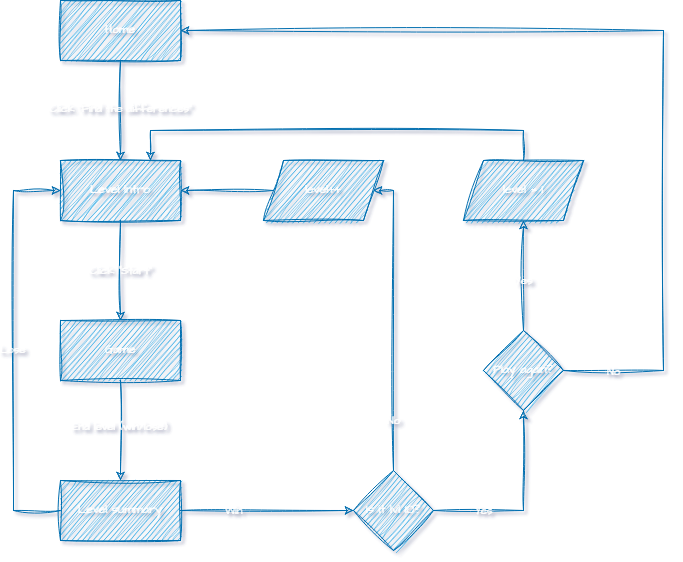
This is flowchart.png from vasilyoshev/ai-assistant, a draw.io export, as it was before one commit. Source tidied: cells renumbered, new cells last; positions are measured from the earlier drawing's top-left corner, leaving out a move shared by most shapes.
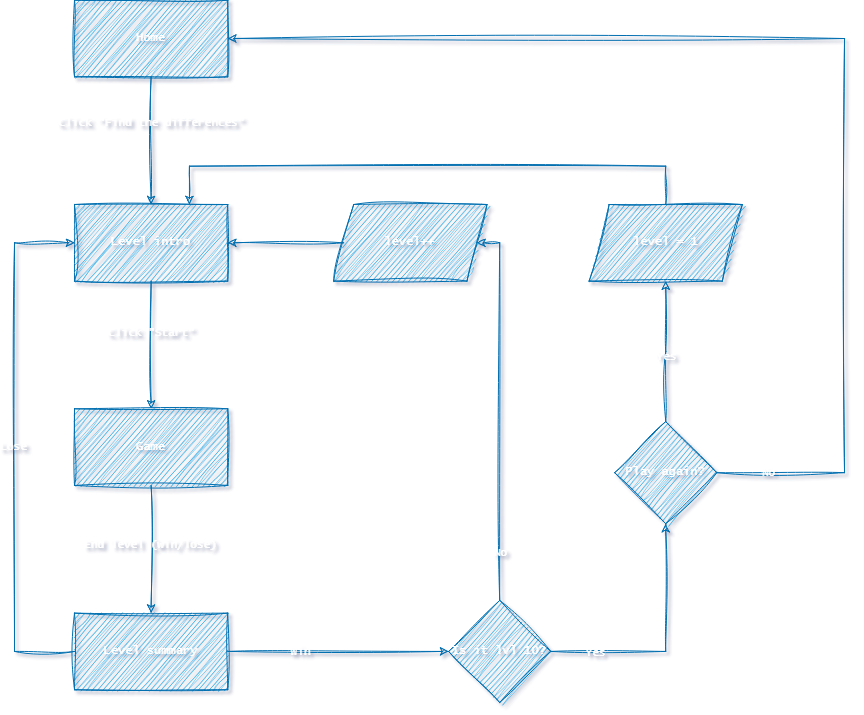
Above is the later version.

The edit, as a diff of the source:
```diff
@@ -5,85 +5,89 @@
     <mxCell id="2" style="edgeStyle=orthogonalEdgeStyle;rounded=0;jettySize=auto;html=1;labelBackgroundColor=none;fontColor=default;strokeColor=#006EAF;sketch=1;curveFitting=1;jiggle=2;strokeWidth=1;fillColor=#1ba1e2;fontFamily=Architects Daughter;" parent="1" edge="1" source="4" target="7">
       <mxGeometry relative="1" as="geometry" />
     </mxCell>
-    <mxCell id="3" value="Click &quot;Find the differences&quot;" style="edgeLabel;html=1;align=center;verticalAlign=middle;labelBackgroundColor=none;rounded=0;fontColor=#FFFFFF;sketch=1;curveFitting=1;jiggle=2;fontFamily=Architects Daughter;textShadow=0;" parent="2" vertex="1">
-      <mxGeometry x="-0.04" relative="1" as="geometry" />
+    <mxCell id="3" value="Click &quot;Find the differences&quot;" style="edgeLabel;html=1;align=center;verticalAlign=middle;labelBackgroundColor=none;rounded=0;fontColor=#FFFFFF;sketch=1;curveFitting=1;jiggle=2;fontFamily=Lucida Console;textShadow=0;" parent="2" vertex="1">
+      <mxGeometry x="-0.04" relative="1" as="geometry">
+        <mxPoint y="-16" as="offset" />
+      </mxGeometry>
     </mxCell>
-    <mxCell id="4" value="Home" style="rounded=0;whiteSpace=wrap;html=1;labelBackgroundColor=none;strokeWidth=1;perimeterSpacing=0;sketch=1;curveFitting=1;jiggle=2;fillColor=#1ba1e2;fontColor=#ffffff;strokeColor=#006EAF;fontFamily=Architects Daughter;textShadow=0;" parent="1" vertex="1">
-      <mxGeometry x="47" width="120" height="60" as="geometry" />
+    <mxCell id="4" value="Home" style="rounded=0;labelBackgroundColor=none;strokeWidth=1;perimeterSpacing=0;sketch=1;curveFitting=1;jiggle=2;fillColor=#1ba1e2;fontColor=#ffffff;strokeColor=#006EAF;fontFamily=Lucida Console;textShadow=0;html=1;whiteSpace=wrap;" parent="1" vertex="1">
+      <mxGeometry x="-120" y="-152.3" width="153.2" height="76.6" as="geometry" />
     </mxCell>
     <mxCell id="5" style="edgeStyle=orthogonalEdgeStyle;rounded=0;jettySize=auto;html=1;exitX=0.5;exitY=1;exitDx=0;exitDy=0;entryX=0.5;entryY=0;entryDx=0;entryDy=0;labelBackgroundColor=none;fontColor=default;strokeColor=#006EAF;sketch=1;curveFitting=1;jiggle=2;strokeWidth=1;fillColor=#1ba1e2;fontFamily=Architects Daughter;" parent="1" edge="1" source="7" target="10">
       <mxGeometry relative="1" as="geometry" />
     </mxCell>
-    <mxCell id="6" value="Click &quot;Start&quot;" style="edgeLabel;html=1;align=center;verticalAlign=middle;labelBackgroundColor=none;rounded=0;fontColor=#FFFFFF;sketch=1;curveFitting=1;jiggle=2;fontFamily=Architects Daughter;" parent="5" vertex="1">
-      <mxGeometry relative="1" as="geometry" />
+    <mxCell id="6" value="Click &quot;Start&quot;" style="edgeLabel;html=1;align=center;verticalAlign=middle;labelBackgroundColor=none;rounded=0;fontColor=#FFFFFF;sketch=1;curveFitting=1;jiggle=2;fontFamily=Lucida Console;" parent="5" vertex="1">
+      <mxGeometry relative="1" as="geometry">
+        <mxPoint y="-13" as="offset" />
+      </mxGeometry>
     </mxCell>
-    <mxCell id="7" value="Level intro" style="rounded=0;whiteSpace=wrap;html=1;labelBackgroundColor=none;strokeWidth=1;sketch=1;curveFitting=1;jiggle=2;fillColor=#1ba1e2;fontColor=#ffffff;strokeColor=#006EAF;fontFamily=Architects Daughter;" parent="1" vertex="1">
-      <mxGeometry x="47" y="160" width="120" height="60" as="geometry" />
+    <mxCell id="7" value="Level intro" style="rounded=0;whiteSpace=wrap;html=1;labelBackgroundColor=none;strokeWidth=1;sketch=1;curveFitting=1;jiggle=2;fillColor=#1ba1e2;fontColor=#ffffff;strokeColor=#006EAF;fontFamily=Lucida Console;" parent="1" vertex="1">
+      <mxGeometry x="-120" y="52" width="153.2" height="76.6" as="geometry" />
     </mxCell>
     <mxCell id="8" style="edgeStyle=orthogonalEdgeStyle;rounded=0;jettySize=auto;html=1;entryX=0.5;entryY=0;entryDx=0;entryDy=0;labelBackgroundColor=none;fontColor=default;strokeColor=#006EAF;sketch=1;curveFitting=1;jiggle=2;strokeWidth=1;fillColor=#1ba1e2;fontFamily=Architects Daughter;" parent="1" edge="1" source="10" target="15">
       <mxGeometry relative="1" as="geometry" />
     </mxCell>
-    <mxCell id="9" value="End level (win/lose)" style="edgeLabel;html=1;align=center;verticalAlign=middle;labelBackgroundColor=none;rounded=0;fontColor=#FFFFFF;sketch=1;curveFitting=1;jiggle=2;fontFamily=Architects Daughter;" parent="8" vertex="1">
+    <mxCell id="9" value="End level (win/lose)" style="edgeLabel;html=1;align=center;verticalAlign=middle;labelBackgroundColor=none;rounded=0;fontColor=#FFFFFF;sketch=1;curveFitting=1;jiggle=2;fontFamily=Lucida Console;" parent="8" vertex="1">
       <mxGeometry x="-0.08" y="-1" relative="1" as="geometry" />
     </mxCell>
-    <mxCell id="10" value="Game" style="rounded=0;whiteSpace=wrap;html=1;labelBackgroundColor=none;strokeWidth=1;sketch=1;curveFitting=1;jiggle=2;fillColor=#1ba1e2;fontColor=#ffffff;strokeColor=#006EAF;fontFamily=Architects Daughter;" parent="1" vertex="1">
-      <mxGeometry x="47" y="320" width="120" height="60" as="geometry" />
+    <mxCell id="10" value="Game" style="rounded=0;whiteSpace=wrap;html=1;labelBackgroundColor=none;strokeWidth=1;sketch=1;curveFitting=1;jiggle=2;fillColor=#1ba1e2;fontColor=#ffffff;strokeColor=#006EAF;fontFamily=Lucida Console;" parent="1" vertex="1">
+      <mxGeometry x="-120" y="256.3" width="153.2" height="76.6" as="geometry" />
     </mxCell>
     <mxCell id="11" style="edgeStyle=orthogonalEdgeStyle;rounded=0;jettySize=auto;html=1;entryX=0;entryY=0.5;entryDx=0;entryDy=0;labelBackgroundColor=none;fontColor=default;strokeColor=#006EAF;sketch=1;curveFitting=1;jiggle=2;strokeWidth=1;fillColor=#1ba1e2;fontFamily=Architects Daughter;" parent="1" edge="1" source="15" target="7">
       <mxGeometry relative="1" as="geometry">
         <Array as="points">
-          <mxPoint y="510" />
-          <mxPoint y="190" />
+          <mxPoint x="-180" y="498.9" />
+          <mxPoint x="-180" y="90.3" />
         </Array>
       </mxGeometry>
     </mxCell>
-    <mxCell id="12" value="Lose" style="edgeLabel;html=1;align=center;verticalAlign=middle;labelBackgroundColor=none;rounded=0;fontColor=#FFFFFF;sketch=1;curveFitting=1;jiggle=2;fontFamily=Architects Daughter;" parent="11" vertex="1">
+    <mxCell id="12" value="Lose" style="edgeLabel;html=1;align=center;verticalAlign=middle;labelBackgroundColor=none;rounded=0;fontColor=#FFFFFF;sketch=1;curveFitting=1;jiggle=2;fontFamily=Lucida Console;" parent="11" vertex="1">
       <mxGeometry x="0.01" y="1" relative="1" as="geometry" />
     </mxCell>
     <mxCell id="13" style="edgeStyle=orthogonalEdgeStyle;rounded=0;jettySize=auto;html=1;exitX=1;exitY=0.5;exitDx=0;exitDy=0;labelBackgroundColor=none;fontColor=default;strokeColor=#006EAF;sketch=1;curveFitting=1;jiggle=2;strokeWidth=1;fillColor=#1ba1e2;fontFamily=Architects Daughter;" parent="1" edge="1" source="15" target="20">
       <mxGeometry relative="1" as="geometry" />
     </mxCell>
-    <mxCell id="14" value="Win" style="edgeLabel;html=1;align=center;verticalAlign=middle;labelBackgroundColor=none;rounded=0;fontColor=#FFFFFF;sketch=1;curveFitting=1;jiggle=2;fontFamily=Architects Daughter;" parent="13" vertex="1">
+    <mxCell id="14" value="Win" style="edgeLabel;html=1;align=center;verticalAlign=middle;labelBackgroundColor=none;rounded=0;fontColor=#FFFFFF;sketch=1;curveFitting=1;jiggle=2;fontFamily=Lucida Console;" parent="13" vertex="1">
       <mxGeometry x="-0.2" y="-1" relative="1" as="geometry">
         <mxPoint x="-16" y="-1" as="offset" />
       </mxGeometry>
     </mxCell>
-    <mxCell id="15" value="Level summary" style="rounded=0;whiteSpace=wrap;html=1;labelBackgroundColor=none;strokeWidth=1;sketch=1;curveFitting=1;jiggle=2;fillColor=#1ba1e2;fontColor=#ffffff;strokeColor=#006EAF;fontFamily=Architects Daughter;" parent="1" vertex="1">
-      <mxGeometry x="47" y="480" width="120" height="60" as="geometry" />
+    <mxCell id="15" value="Level summary" style="rounded=0;whiteSpace=wrap;html=1;labelBackgroundColor=none;strokeWidth=1;sketch=1;curveFitting=1;jiggle=2;fillColor=#1ba1e2;fontColor=#ffffff;strokeColor=#006EAF;fontFamily=Lucida Console;" parent="1" vertex="1">
+      <mxGeometry x="-120" y="460.6" width="153.2" height="76.6" as="geometry" />
     </mxCell>
     <mxCell id="16" style="edgeStyle=orthogonalEdgeStyle;rounded=0;jettySize=auto;html=1;exitX=0.5;exitY=0;exitDx=0;exitDy=0;entryX=1;entryY=0.5;entryDx=0;entryDy=0;labelBackgroundColor=none;fontColor=default;strokeColor=#006EAF;sketch=1;curveFitting=1;jiggle=2;strokeWidth=1;fillColor=#1ba1e2;fontFamily=Architects Daughter;" parent="1" edge="1" source="20" target="22">
       <mxGeometry relative="1" as="geometry">
         <Array as="points">
-          <mxPoint x="380" y="190" />
+          <mxPoint x="305.2" y="90.3" />
         </Array>
       </mxGeometry>
     </mxCell>
-    <mxCell id="17" value="No" style="edgeLabel;html=1;align=center;verticalAlign=middle;labelBackgroundColor=none;rounded=0;fontColor=#FFFFFF;sketch=1;curveFitting=1;jiggle=2;fontFamily=Architects Daughter;" parent="16" vertex="1">
+    <mxCell id="17" value="No" style="edgeLabel;html=1;align=center;verticalAlign=middle;labelBackgroundColor=none;rounded=0;fontColor=#FFFFFF;sketch=1;curveFitting=1;jiggle=2;fontFamily=Lucida Console;" parent="16" vertex="1">
       <mxGeometry x="0.29" y="2" relative="1" as="geometry">
-        <mxPoint x="2" y="143" as="offset" />
+        <mxPoint x="2" y="197" as="offset" />
       </mxGeometry>
     </mxCell>
     <mxCell id="18" style="edgeStyle=orthogonalEdgeStyle;rounded=0;jettySize=auto;html=1;entryX=0.5;entryY=1;entryDx=0;entryDy=0;labelBackgroundColor=none;fontColor=default;strokeColor=#006EAF;sketch=1;curveFitting=1;jiggle=2;strokeWidth=1;fillColor=#1ba1e2;fontFamily=Architects Daughter;" parent="1" edge="1" source="20" target="27">
       <mxGeometry relative="1" as="geometry" />
     </mxCell>
-    <mxCell id="19" value="Yes" style="edgeLabel;html=1;align=center;verticalAlign=middle;labelBackgroundColor=none;rounded=0;fontColor=#FFFFFF;sketch=1;curveFitting=1;jiggle=2;fontFamily=Architects Daughter;" parent="18" vertex="1">
+    <mxCell id="19" value="Yes" style="edgeLabel;html=1;align=center;verticalAlign=middle;labelBackgroundColor=none;rounded=0;fontColor=#FFFFFF;sketch=1;curveFitting=1;jiggle=2;fontFamily=Lucida Console;" parent="18" vertex="1">
       <mxGeometry x="-0.02" relative="1" as="geometry">
-        <mxPoint x="-40" y="3" as="offset" />
+        <mxPoint x="-71" y="4" as="offset" />
       </mxGeometry>
     </mxCell>
-    <mxCell id="20" value="Is it lvl 10?" style="rhombus;whiteSpace=wrap;html=1;labelBackgroundColor=none;rounded=0;strokeWidth=1;sketch=1;curveFitting=1;jiggle=2;fillColor=#1ba1e2;fontColor=#ffffff;strokeColor=#006EAF;fontFamily=Architects Daughter;" parent="1" vertex="1">
-      <mxGeometry x="340" y="470" width="80" height="80" as="geometry" />
+    <mxCell id="20" value="Is it lvl 10?" style="rhombus;whiteSpace=wrap;html=1;labelBackgroundColor=none;rounded=0;strokeWidth=1;sketch=1;curveFitting=1;jiggle=2;fillColor=#1ba1e2;fontColor=#ffffff;strokeColor=#006EAF;fontFamily=Lucida Console;" parent="1" vertex="1">
+      <mxGeometry x="254.2" y="447.8" width="102.2" height="102.2" as="geometry" />
     </mxCell>
     <mxCell id="21" style="edgeStyle=orthogonalEdgeStyle;rounded=0;jettySize=auto;html=1;labelBackgroundColor=none;fontColor=default;strokeColor=#006EAF;sketch=1;curveFitting=1;jiggle=2;strokeWidth=1;fillColor=#1ba1e2;fontFamily=Architects Daughter;" parent="1" edge="1" source="22" target="7">
       <mxGeometry relative="1" as="geometry" />
     </mxCell>
-    <mxCell id="22" value="level++" style="shape=parallelogram;perimeter=parallelogramPerimeter;whiteSpace=wrap;html=1;fixedSize=1;labelBackgroundColor=none;rounded=0;strokeWidth=1;sketch=1;curveFitting=1;jiggle=2;fillColor=#1ba1e2;fontColor=#ffffff;strokeColor=#006EAF;fontFamily=Architects Daughter;" parent="1" vertex="1">
-      <mxGeometry x="250" y="160" width="120" height="60" as="geometry" />
+    <mxCell id="22" value="level++" style="shape=parallelogram;perimeter=parallelogramPerimeter;whiteSpace=wrap;html=1;fixedSize=1;labelBackgroundColor=none;rounded=0;strokeWidth=1;sketch=1;curveFitting=1;jiggle=2;fillColor=#1ba1e2;fontColor=#ffffff;strokeColor=#006EAF;fontFamily=Lucida Console;" parent="1" vertex="1">
+      <mxGeometry x="139.2" y="52" width="153.2" height="76.6" as="geometry" />
     </mxCell>
     <mxCell id="23" style="edgeStyle=orthogonalEdgeStyle;rounded=0;jettySize=auto;html=1;entryX=0.5;entryY=1;entryDx=0;entryDy=0;labelBackgroundColor=none;fontColor=default;strokeColor=#006EAF;sketch=1;curveFitting=1;jiggle=2;strokeWidth=1;fillColor=#1ba1e2;fontFamily=Architects Daughter;" parent="1" edge="1" source="27" target="29">
       <mxGeometry relative="1" as="geometry" />
     </mxCell>
-    <mxCell id="24" value="Yes" style="edgeLabel;html=1;align=center;verticalAlign=middle;labelBackgroundColor=none;rounded=0;fontColor=#FFFFFF;sketch=1;curveFitting=1;jiggle=2;fontFamily=Architects Daughter;" parent="23" vertex="1">
+    <mxCell id="24" value="Yes" style="edgeLabel;html=1;align=center;verticalAlign=middle;labelBackgroundColor=none;rounded=0;fontColor=#FFFFFF;sketch=1;curveFitting=1;jiggle=2;fontFamily=Lucida Console;" parent="23" vertex="1">
       <mxGeometry x="-0.01" relative="1" as="geometry">
         <mxPoint y="4" as="offset" />
       </mxGeometry>
@@ -91,29 +95,29 @@
     <mxCell id="25" style="edgeStyle=orthogonalEdgeStyle;rounded=0;jettySize=auto;html=1;entryX=1;entryY=0.5;entryDx=0;entryDy=0;labelBackgroundColor=none;fontColor=default;strokeColor=#006EAF;sketch=1;curveFitting=1;jiggle=2;strokeWidth=1;fillColor=#1ba1e2;fontFamily=Architects Daughter;" parent="1" edge="1" source="27" target="4">
       <mxGeometry relative="1" as="geometry">
         <Array as="points">
-          <mxPoint x="650" y="370" />
-          <mxPoint x="650" y="30" />
+          <mxPoint x="650" y="320.2" />
+          <mxPoint x="650" y="-114" />
         </Array>
       </mxGeometry>
     </mxCell>
-    <mxCell id="26" value="No" style="edgeLabel;html=1;align=center;verticalAlign=middle;labelBackgroundColor=none;rounded=0;fontColor=#FFFFFF;sketch=1;curveFitting=1;jiggle=2;fontFamily=Architects Daughter;" parent="25" vertex="1">
+    <mxCell id="26" value="No" style="edgeLabel;html=1;align=center;verticalAlign=middle;labelBackgroundColor=none;rounded=0;fontColor=#FFFFFF;sketch=1;curveFitting=1;jiggle=2;fontFamily=Lucida Console;" parent="25" vertex="1">
       <mxGeometry x="-0.44" y="-1" relative="1" as="geometry">
-        <mxPoint x="-51" y="158" as="offset" />
+        <mxPoint x="-77" y="201" as="offset" />
       </mxGeometry>
     </mxCell>
-    <mxCell id="27" value="Play again?" style="rhombus;whiteSpace=wrap;html=1;labelBackgroundColor=none;rounded=0;strokeWidth=1;sketch=1;curveFitting=1;jiggle=2;fillColor=#1ba1e2;fontColor=#ffffff;strokeColor=#006EAF;fontFamily=Architects Daughter;" parent="1" vertex="1">
-      <mxGeometry x="470" y="330" width="80" height="80" as="geometry" />
+    <mxCell id="27" value="Play again?" style="rhombus;whiteSpace=wrap;html=1;labelBackgroundColor=none;rounded=0;strokeWidth=1;sketch=1;curveFitting=1;jiggle=2;fillColor=#1ba1e2;fontColor=#ffffff;strokeColor=#006EAF;fontFamily=Lucida Console;" parent="1" vertex="1">
+      <mxGeometry x="420.2" y="269.1" width="102.2" height="102.2" as="geometry" />
     </mxCell>
     <mxCell id="28" style="edgeStyle=orthogonalEdgeStyle;rounded=0;jettySize=auto;html=1;entryX=0.75;entryY=0;entryDx=0;entryDy=0;labelBackgroundColor=none;fontColor=default;strokeColor=#006EAF;sketch=1;curveFitting=1;jiggle=2;strokeWidth=1;fillColor=#1ba1e2;fontFamily=Architects Daughter;" parent="1" edge="1" source="29" target="7">
       <mxGeometry relative="1" as="geometry">
         <Array as="points">
-          <mxPoint x="510" y="130" />
-          <mxPoint x="137" y="130" />
+          <mxPoint x="471.2" y="13.7" />
+          <mxPoint x="-5.1" y="13.7" />
         </Array>
       </mxGeometry>
     </mxCell>
-    <mxCell id="29" value="level = 1" style="shape=parallelogram;perimeter=parallelogramPerimeter;whiteSpace=wrap;html=1;fixedSize=1;labelBackgroundColor=none;rounded=0;strokeWidth=1;sketch=1;curveFitting=1;jiggle=2;fillColor=#1ba1e2;fontColor=#ffffff;strokeColor=#006EAF;fontFamily=Architects Daughter;" parent="1" vertex="1">
-      <mxGeometry x="450" y="160" width="120" height="60" as="geometry" />
+    <mxCell id="29" value="level = 1" style="shape=parallelogram;perimeter=parallelogramPerimeter;whiteSpace=wrap;html=1;fixedSize=1;labelBackgroundColor=none;rounded=0;strokeWidth=1;sketch=1;curveFitting=1;jiggle=2;fillColor=#1ba1e2;fontColor=#ffffff;strokeColor=#006EAF;fontFamily=Lucida Console;" parent="1" vertex="1">
+      <mxGeometry x="394.6" y="52" width="153.2" height="76.6" as="geometry" />
     </mxCell>
   </root>
 </mxGraphModel>
```
